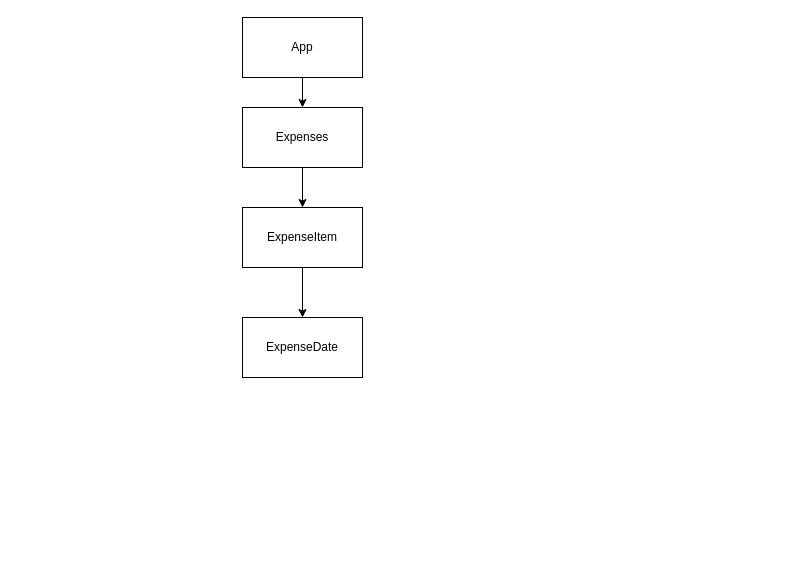
synergy2411/dec-25-react keeps this draw.io diagram as page "Page-2" (2 of 4) of references/react.drawio. Above is the earlier version. Source tidied: cells renumbered, new cells numbered last; positions are measured from the earlier drawing's top-left corner, leaving out a move shared by most shapes. Both pictures are drawn from the tidied source at 100%, with x=0, y=0 at pixel (242, 17).
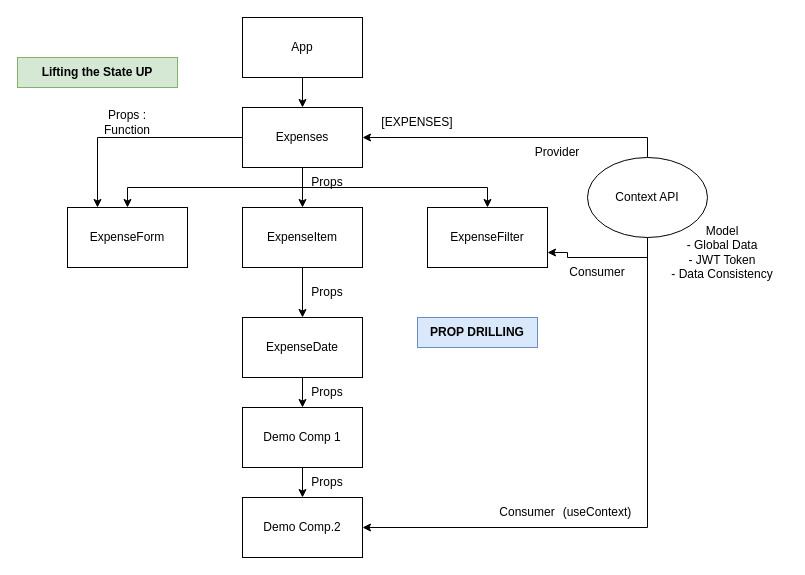
Above is the later version.

Unchanged cells that the change refers to:
```xml
<mxCell id="5" value="Expenses" style="rounded=0;whiteSpace=wrap;html=1;" parent="1" vertex="1">
  <mxGeometry y="90" width="120" height="60" as="geometry" />
</mxCell>
<mxCell id="8" value="ExpenseDate" style="rounded=0;whiteSpace=wrap;html=1;" parent="1" vertex="1">
  <mxGeometry y="300" width="120" height="60" as="geometry" />
</mxCell>
```

The edit, as a diff of the source:
```diff
@@
+    <mxCell id="9" style="edgeStyle=orthogonalEdgeStyle;rounded=0;jettySize=auto;html=1;exitX=0.5;exitY=1;exitDx=0;exitDy=0;" parent="1" edge="1" source="5" target="13">
+      <mxGeometry relative="1" as="geometry" />
+    </mxCell>
+    <mxCell id="10" style="edgeStyle=orthogonalEdgeStyle;rounded=0;jettySize=auto;html=1;exitX=0;exitY=0.5;exitDx=0;exitDy=0;entryX=0.25;entryY=0;entryDx=0;entryDy=0;" parent="1" edge="1" source="5" target="13">
+      <mxGeometry relative="1" as="geometry" />
+    </mxCell>
+    <mxCell id="11" style="edgeStyle=orthogonalEdgeStyle;rounded=0;jettySize=auto;html=1;exitX=0.5;exitY=1;exitDx=0;exitDy=0;entryX=0.5;entryY=0;entryDx=0;entryDy=0;" parent="1" edge="1" source="5" target="19">
+      <mxGeometry relative="1" as="geometry" />
+    </mxCell>
@@
+    <mxCell id="12" style="edgeStyle=orthogonalEdgeStyle;rounded=0;jettySize=auto;html=1;" parent="1" edge="1" source="8" target="21">
+      <mxGeometry relative="1" as="geometry" />
+    </mxCell>
@@
+    <mxCell id="13" value="ExpenseForm" style="rounded=0;whiteSpace=wrap;html=1;" parent="1" vertex="1">
+      <mxGeometry x="-175" y="190" width="120" height="60" as="geometry" />
+    </mxCell>
+    <mxCell id="14" value="Props : Function" style="text;html=1;whiteSpace=wrap;strokeColor=none;fillColor=none;align=center;verticalAlign=middle;rounded=0;" parent="1" vertex="1">
+      <mxGeometry x="-145" y="90" width="60" height="30" as="geometry" />
+    </mxCell>
+    <mxCell id="15" value="[EXPENSES]" style="text;html=1;whiteSpace=wrap;strokeColor=none;fillColor=none;align=center;verticalAlign=middle;rounded=0;" parent="1" vertex="1">
+      <mxGeometry x="145" y="90" width="60" height="30" as="geometry" />
+    </mxCell>
+    <mxCell id="16" value="Lifting the State UP" style="text;html=1;whiteSpace=wrap;strokeColor=#82b366;fillColor=#d5e8d4;align=center;verticalAlign=middle;rounded=0;fontStyle=1;" parent="1" vertex="1">
+      <mxGeometry x="-225" y="40" width="160" height="30" as="geometry" />
+    </mxCell>
+    <mxCell id="17" value="Props" style="text;html=1;whiteSpace=wrap;strokeColor=none;fillColor=none;align=center;verticalAlign=middle;rounded=0;" parent="1" vertex="1">
+      <mxGeometry x="55" y="150" width="60" height="30" as="geometry" />
+    </mxCell>
+    <mxCell id="18" value="Props" style="text;html=1;whiteSpace=wrap;strokeColor=none;fillColor=none;align=center;verticalAlign=middle;rounded=0;" parent="1" vertex="1">
+      <mxGeometry x="55" y="260" width="60" height="30" as="geometry" />
+    </mxCell>
+    <mxCell id="19" value="ExpenseFilter" style="rounded=0;whiteSpace=wrap;html=1;" parent="1" vertex="1">
+      <mxGeometry x="185" y="190" width="120" height="60" as="geometry" />
+    </mxCell>
+    <mxCell id="20" style="edgeStyle=orthogonalEdgeStyle;rounded=0;jettySize=auto;html=1;" parent="1" edge="1" source="21" target="22">
+      <mxGeometry relative="1" as="geometry" />
+    </mxCell>
+    <mxCell id="21" value="Demo Comp 1" style="rounded=0;whiteSpace=wrap;html=1;" parent="1" vertex="1">
+      <mxGeometry y="390" width="120" height="60" as="geometry" />
+    </mxCell>
+    <mxCell id="22" value="Demo Comp.2" style="rounded=0;whiteSpace=wrap;html=1;" parent="1" vertex="1">
+      <mxGeometry y="480" width="120" height="60" as="geometry" />
+    </mxCell>
+    <mxCell id="23" value="Props" style="text;html=1;whiteSpace=wrap;strokeColor=none;fillColor=none;align=center;verticalAlign=middle;rounded=0;" parent="1" vertex="1">
+      <mxGeometry x="55" y="360" width="60" height="30" as="geometry" />
+    </mxCell>
+    <mxCell id="24" value="Props" style="text;html=1;whiteSpace=wrap;strokeColor=none;fillColor=none;align=center;verticalAlign=middle;rounded=0;" parent="1" vertex="1">
+      <mxGeometry x="55" y="450" width="60" height="30" as="geometry" />
+    </mxCell>
+    <mxCell id="25" value="Model&lt;div&gt;- Global Data&lt;/div&gt;&lt;div&gt;- JWT Token&lt;/div&gt;&lt;div&gt;- Data Consistency&lt;/div&gt;" style="text;html=1;whiteSpace=wrap;strokeColor=none;fillColor=none;align=center;verticalAlign=middle;rounded=0;" parent="1" vertex="1">
+      <mxGeometry x="415" y="220" width="130" height="30" as="geometry" />
+    </mxCell>
+    <mxCell id="26" value="PROP DRILLING" style="text;html=1;whiteSpace=wrap;strokeColor=#6c8ebf;fillColor=#dae8fc;align=center;verticalAlign=middle;rounded=0;fontStyle=1;" parent="1" vertex="1">
+      <mxGeometry x="175" y="300" width="120" height="30" as="geometry" />
+    </mxCell>
+    <mxCell id="27" style="edgeStyle=orthogonalEdgeStyle;rounded=0;jettySize=auto;html=1;exitX=0.5;exitY=0;exitDx=0;exitDy=0;entryX=1;entryY=0.5;entryDx=0;entryDy=0;" parent="1" edge="1" source="30" target="5">
+      <mxGeometry relative="1" as="geometry" />
+    </mxCell>
+    <mxCell id="28" style="edgeStyle=orthogonalEdgeStyle;rounded=0;jettySize=auto;html=1;exitX=0.5;exitY=1;exitDx=0;exitDy=0;entryX=1;entryY=0.5;entryDx=0;entryDy=0;" parent="1" edge="1" source="30" target="22">
+      <mxGeometry relative="1" as="geometry" />
+    </mxCell>
+    <mxCell id="29" style="edgeStyle=orthogonalEdgeStyle;rounded=0;jettySize=auto;html=1;exitX=0.5;exitY=1;exitDx=0;exitDy=0;entryX=1;entryY=0.75;entryDx=0;entryDy=0;" parent="1" edge="1" source="30" target="19">
+      <mxGeometry relative="1" as="geometry" />
+    </mxCell>
+    <mxCell id="30" value="Context API" style="ellipse;whiteSpace=wrap;html=1;" parent="1" vertex="1">
+      <mxGeometry x="345" y="140" width="120" height="80" as="geometry" />
+    </mxCell>
+    <mxCell id="31" value="Provider" style="text;html=1;whiteSpace=wrap;strokeColor=none;fillColor=none;align=center;verticalAlign=middle;rounded=0;" parent="1" vertex="1">
+      <mxGeometry x="285" y="120" width="60" height="30" as="geometry" />
+    </mxCell>
+    <mxCell id="32" value="Consumer" style="text;html=1;whiteSpace=wrap;strokeColor=none;fillColor=none;align=center;verticalAlign=middle;rounded=0;" parent="1" vertex="1">
+      <mxGeometry x="255" y="480" width="60" height="30" as="geometry" />
+    </mxCell>
+    <mxCell id="33" value="(useContext)" style="text;html=1;whiteSpace=wrap;strokeColor=none;fillColor=none;align=center;verticalAlign=middle;rounded=0;" parent="1" vertex="1">
+      <mxGeometry x="325" y="480" width="60" height="30" as="geometry" />
+    </mxCell>
+    <mxCell id="34" value="Consumer" style="text;html=1;whiteSpace=wrap;strokeColor=none;fillColor=none;align=center;verticalAlign=middle;rounded=0;" parent="1" vertex="1">
+      <mxGeometry x="325" y="240" width="60" height="30" as="geometry" />
+    </mxCell>
```
